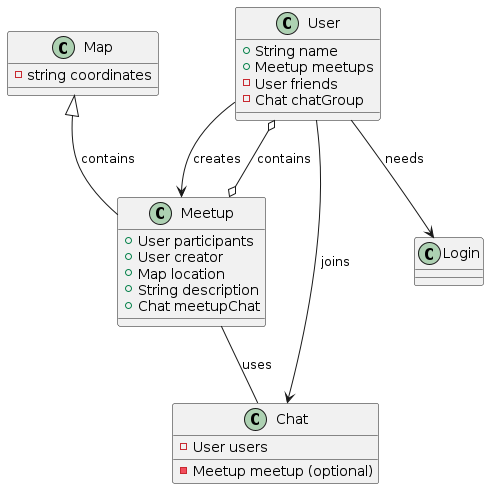
Earlier version of the PlantUML export images/diagram-classes.png (2223-3bhif-syp/02-projekte-mopedmeetup). Source of this version:
```plantuml
@startuml
class User {
    +String name
    +Meetup meetups
    -User friends
    - Chat chatGroup
}
class Meetup {
    + User participants
    + User creator
    + Map location
    + String description
    + Chat meetupChat
}
class Login {
}
class Map {
    -string coordinates
}
class Chat {
    - User users
    - Meetup meetup (optional)
}

Meetup o--o User : contains
Map <|-- Meetup : contains
User --> Meetup : creates
User --> Login : needs
Meetup -- Chat : uses
User --> Chat : joins
@enduml
```
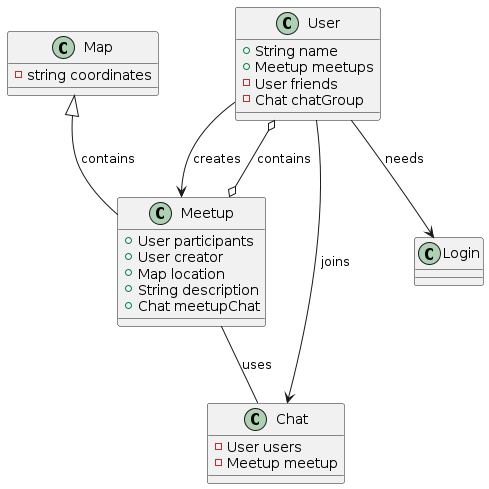
The same diagram one commit later.

Diff of the diagram source:
```diff
@@ -19,7 +19,7 @@
 }
 class Chat {
     - User users
-    - Meetup meetup (optional)
+    - Meetup meetup
 }
 
 Meetup o--o User : contains
```
